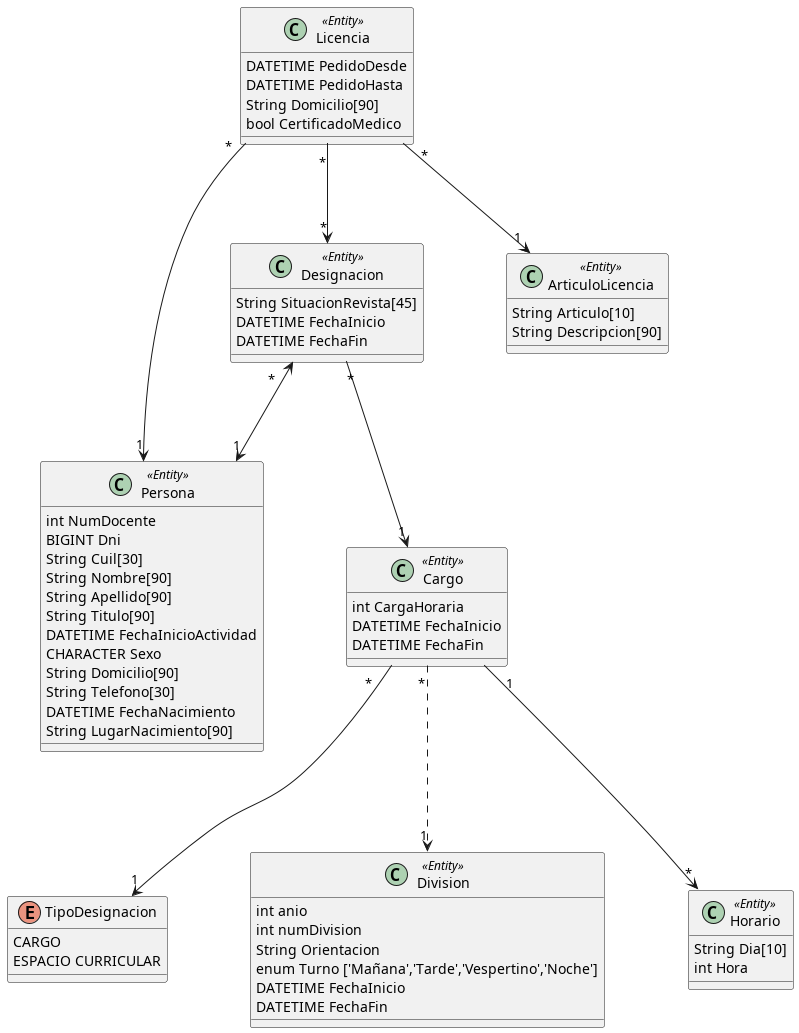
ivomariezcurrena/MagallanesApp keeps this PlantUML diagram as diagram.png. Above is the earlier version.
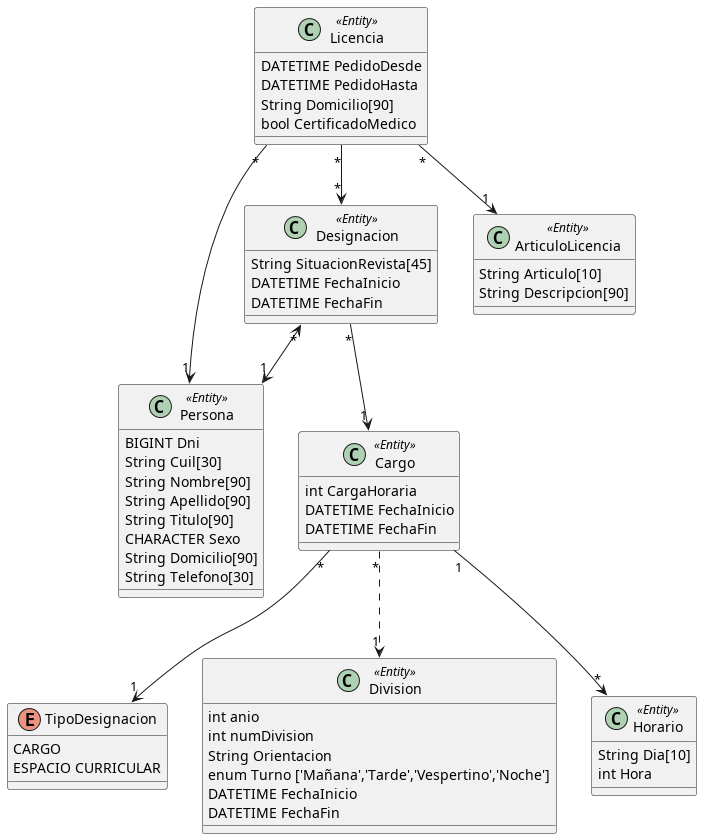
The same diagram one commit later.

The edit, as a diff of the source:
```diff
@@ -23,18 +23,14 @@
 Cargo "*" ..> "1" Division
 
 class Persona <<Entity>> {
-  int NumDocente
   BIGINT Dni
   String Cuil[30]
   String Nombre[90]
   String Apellido[90]
   String Titulo[90]
-  DATETIME FechaInicioActividad
   CHARACTER Sexo
   String Domicilio[90]
   String Telefono[30]
-  DATETIME FechaNacimiento
-  String LugarNacimiento[90]
 }
 
 class Designacion <<Entity>> {
```
